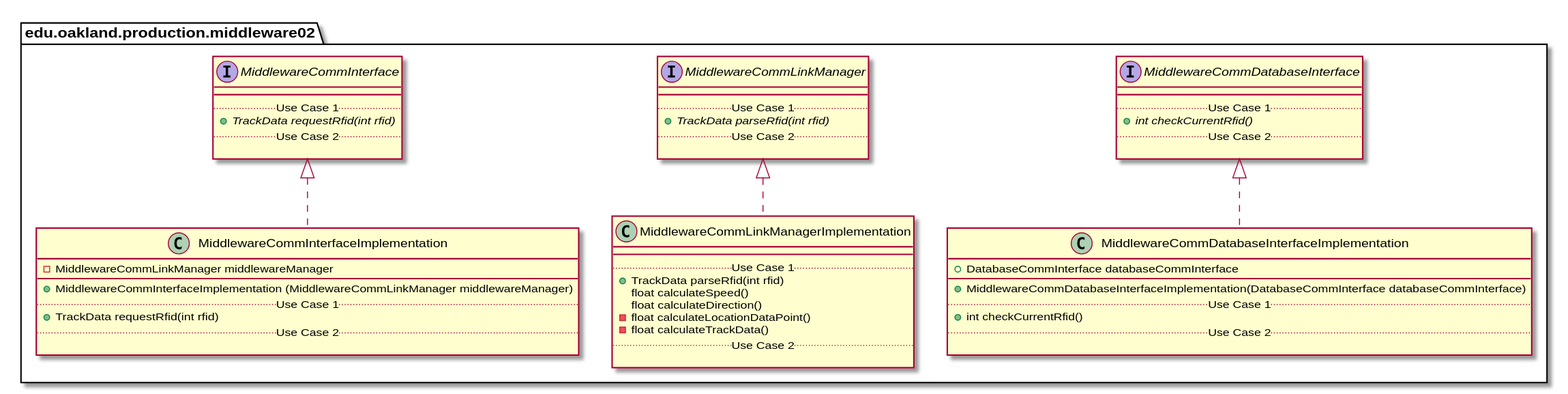
Earlier version of the PlantUML export docs/uml-class-diagrams/middleware02/production/Middleware02ProductionPackage_DirectDependencies.svg (andrewdimmer/csi-3370-software-project).
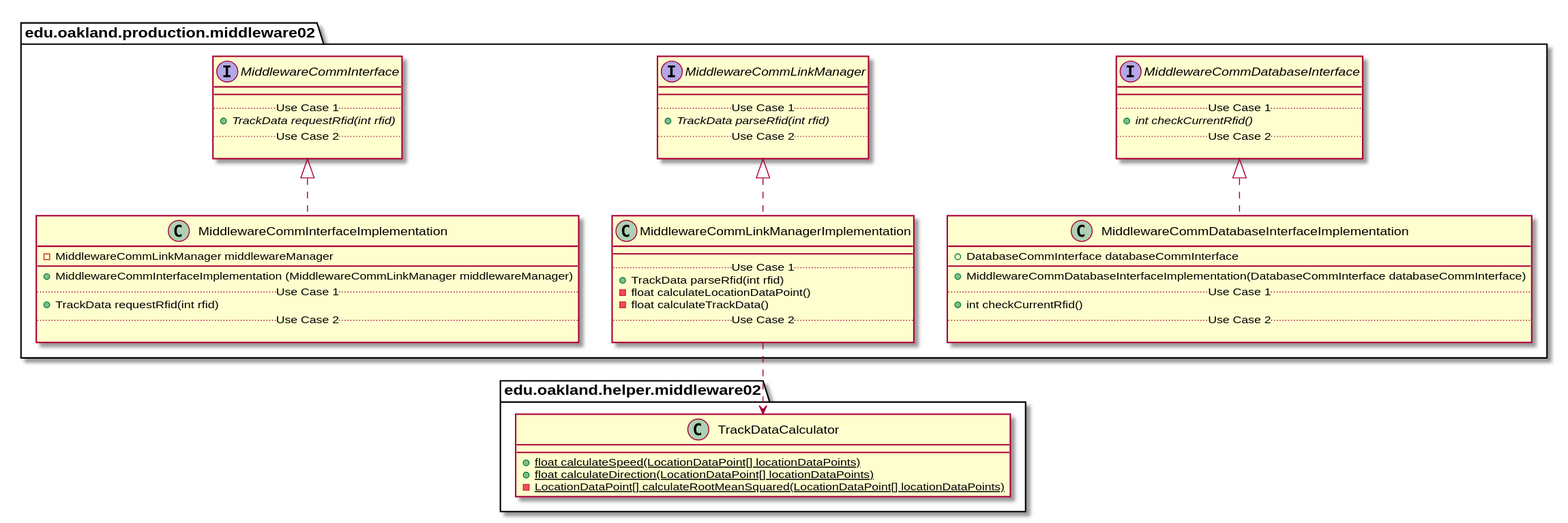
The same file after the commit.

The edit, as a diff of the source:
```diff
@@ -63,8 +63,6 @@
         __
         .. Use Case 1 ..
         + TrackData parseRfid(int rfid)
-        float calculateSpeed()
-        float calculateDirection()
         - float calculateLocationDataPoint()
         - float calculateTrackData()
         .. Use Case 2 ..
@@ -95,6 +93,15 @@
 
 
 
+package edu.oakland.helper.middleware02 {
+    class TrackDataCalculator {
+        {static} + float calculateSpeed(LocationDataPoint[] locationDataPoints)
+        {static} + float calculateDirection(LocationDataPoint[] locationDataPoints)
+        {static} - LocationDataPoint[] calculateRootMeanSquared(LocationDataPoint[] locationDataPoints)
+    }
+}
+
+MiddlewareCommLinkManagerImplementation ..> TrackDataCalculator
 
 
 
```
